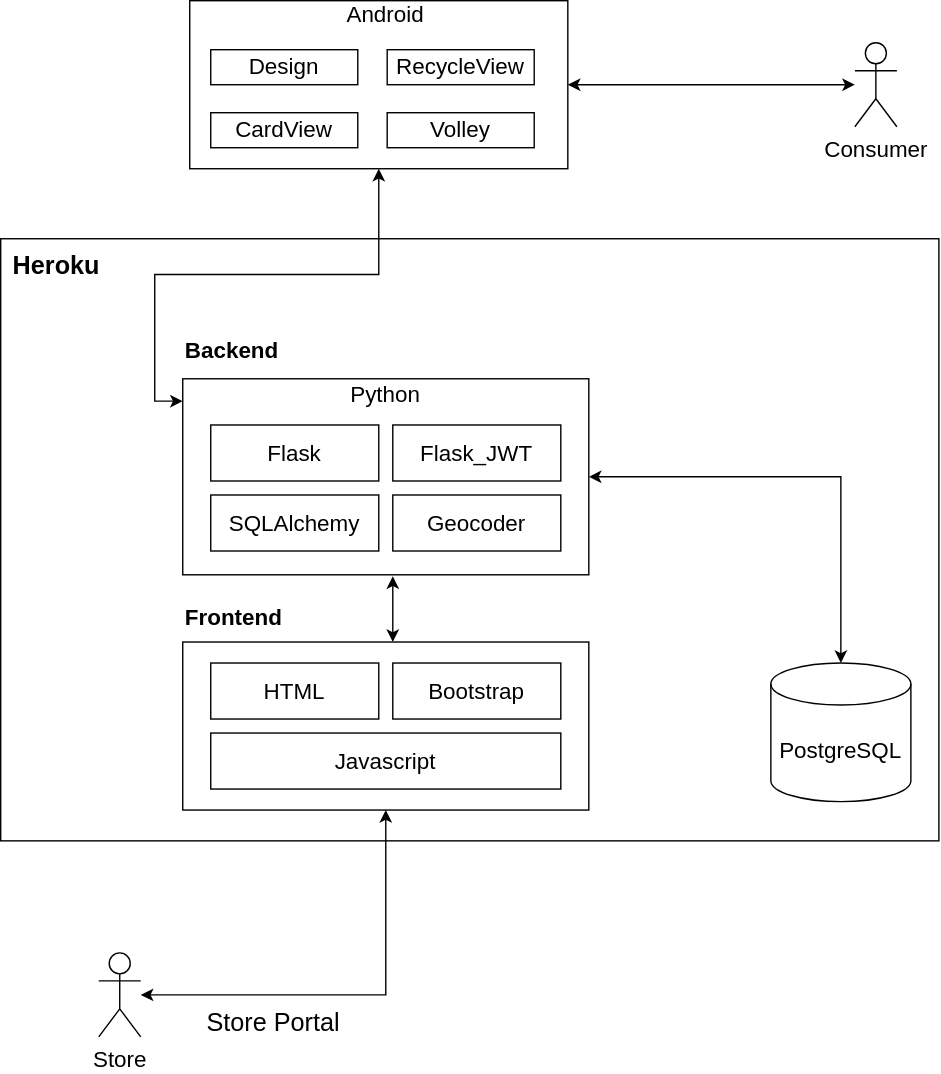
Above: images/conceptual.svg in nadeemhemani/CSC-4350 (draw.io), before the change. Source tidied: cells renumbered, new cells last; positions are measured from the earlier drawing's top-left corner, leaving out a move shared by most shapes. Its diagram source:
```xml
<mxGraphModel>
  <root>
    <mxCell id="0" />
    <mxCell id="1" parent="0" />
    <mxCell id="2" style="rounded=0;whiteSpace=wrap;html=1;fontSize=16;align=center;" parent="1" vertex="1">
      <mxGeometry y="170" width="670" height="430" as="geometry" />
    </mxCell>
    <mxCell id="3" style="edgeStyle=orthogonalEdgeStyle;rounded=0;jettySize=auto;html=1;fontSize=16;startArrow=classic;startFill=1;" parent="1" edge="1" source="4" target="16">
      <mxGeometry relative="1" as="geometry" />
    </mxCell>
    <mxCell id="4" style="rounded=0;whiteSpace=wrap;html=1;labelPosition=center;verticalLabelPosition=middle;align=center;verticalAlign=middle;" parent="1" vertex="1">
      <mxGeometry x="130" y="270" width="290" height="140" as="geometry" />
    </mxCell>
    <mxCell id="5" value="Python" style="text;html=1;strokeColor=none;fillColor=none;align=center;verticalAlign=middle;whiteSpace=wrap;rounded=0;fontSize=16;" parent="1" vertex="1">
      <mxGeometry x="130" y="271" width="290" height="20" as="geometry" />
    </mxCell>
    <mxCell id="6" value="Flask" style="rounded=0;whiteSpace=wrap;html=1;fontSize=16;" parent="1" vertex="1">
      <mxGeometry x="150" y="303" width="120" height="40" as="geometry" />
    </mxCell>
    <mxCell id="7" value="Flask_JWT" style="rounded=0;whiteSpace=wrap;html=1;fontSize=16;" parent="1" vertex="1">
      <mxGeometry x="280" y="303" width="120" height="40" as="geometry" />
    </mxCell>
    <mxCell id="8" value="SQLAlchemy" style="rounded=0;whiteSpace=wrap;html=1;fontSize=16;" parent="1" vertex="1">
      <mxGeometry x="150" y="353" width="120" height="40" as="geometry" />
    </mxCell>
    <mxCell id="9" style="rounded=0;whiteSpace=wrap;html=1;labelPosition=center;verticalLabelPosition=middle;align=center;verticalAlign=middle;" parent="1" vertex="1">
      <mxGeometry x="130" y="458" width="290" height="120" as="geometry" />
    </mxCell>
    <mxCell id="10" value="HTML" style="rounded=0;whiteSpace=wrap;html=1;fontSize=16;" parent="1" vertex="1">
      <mxGeometry x="150" y="473" width="120" height="40" as="geometry" />
    </mxCell>
    <mxCell id="11" value="Bootstrap" style="rounded=0;whiteSpace=wrap;html=1;fontSize=16;" parent="1" vertex="1">
      <mxGeometry x="280" y="473" width="120" height="40" as="geometry" />
    </mxCell>
    <mxCell id="12" value="Javascript" style="rounded=0;whiteSpace=wrap;html=1;fontSize=16;" parent="1" vertex="1">
      <mxGeometry x="150" y="523" width="250" height="40" as="geometry" />
    </mxCell>
    <mxCell id="13" value="Geocoder" style="rounded=0;whiteSpace=wrap;html=1;fontSize=16;" parent="1" vertex="1">
      <mxGeometry x="280" y="353" width="120" height="40" as="geometry" />
    </mxCell>
    <mxCell id="14" value="Backend" style="text;html=1;strokeColor=none;fillColor=none;align=left;verticalAlign=middle;whiteSpace=wrap;rounded=0;fontSize=16;fontStyle=1;" parent="1" vertex="1">
      <mxGeometry x="130" y="240" width="290" height="20" as="geometry" />
    </mxCell>
    <mxCell id="15" value="Frontend" style="text;html=1;strokeColor=none;fillColor=none;align=left;verticalAlign=middle;whiteSpace=wrap;rounded=0;fontSize=16;fontStyle=1;" parent="1" vertex="1">
      <mxGeometry x="130" y="430" width="290" height="20" as="geometry" />
    </mxCell>
    <mxCell id="16" value="PostgreSQL" style="shape=cylinder3;whiteSpace=wrap;html=1;boundedLbl=1;backgroundOutline=1;size=15;fontSize=16;align=center;" parent="1" vertex="1">
      <mxGeometry x="550" y="473" width="100" height="99" as="geometry" />
    </mxCell>
    <mxCell id="17" style="edgeStyle=orthogonalEdgeStyle;rounded=0;jettySize=auto;html=1;startArrow=classic;startFill=1;endArrow=classic;endFill=1;fontSize=18;" parent="1" edge="1" source="18" target="9">
      <mxGeometry relative="1" as="geometry" />
    </mxCell>
    <mxCell id="18" value="Store" style="shape=umlActor;verticalLabelPosition=bottom;verticalAlign=top;html=1;outlineConnect=0;fontSize=16;align=center;" parent="1" vertex="1">
      <mxGeometry x="70" y="680" width="30" height="60" as="geometry" />
    </mxCell>
    <mxCell id="19" style="edgeStyle=orthogonalEdgeStyle;rounded=0;jettySize=auto;html=1;startArrow=classic;startFill=1;endArrow=classic;endFill=1;fontSize=18;" parent="1" edge="1" source="20" target="24">
      <mxGeometry relative="1" as="geometry" />
    </mxCell>
    <mxCell id="20" value="Consumer" style="shape=umlActor;verticalLabelPosition=bottom;verticalAlign=top;html=1;outlineConnect=0;fontSize=16;align=center;" parent="1" vertex="1">
      <mxGeometry x="610" y="30" width="30" height="60" as="geometry" />
    </mxCell>
    <mxCell id="21" value="Heroku" style="text;html=1;strokeColor=none;fillColor=none;align=center;verticalAlign=middle;whiteSpace=wrap;rounded=0;fontSize=18;fontStyle=1;" parent="1" vertex="1">
      <mxGeometry x="20" y="180" width="40" height="20" as="geometry" />
    </mxCell>
    <mxCell id="22" value="Store Portal" style="text;html=1;strokeColor=none;fillColor=none;align=center;verticalAlign=middle;whiteSpace=wrap;rounded=0;fontSize=18;" parent="1" vertex="1">
      <mxGeometry x="140" y="720" width="110" height="20" as="geometry" />
    </mxCell>
    <mxCell id="23" style="edgeStyle=orthogonalEdgeStyle;rounded=0;jettySize=auto;html=1;entryX=0;entryY=0.75;entryDx=0;entryDy=0;startArrow=classic;startFill=1;endArrow=classic;endFill=1;fontSize=18;" parent="1" edge="1" source="24" target="5">
      <mxGeometry relative="1" as="geometry" />
    </mxCell>
    <mxCell id="24" style="rounded=0;whiteSpace=wrap;html=1;fontSize=18;align=center;" parent="1" vertex="1">
      <mxGeometry x="135" width="270" height="120" as="geometry" />
    </mxCell>
    <mxCell id="25" value="Android" style="text;html=1;strokeColor=none;fillColor=none;align=center;verticalAlign=middle;whiteSpace=wrap;rounded=0;fontSize=16;" parent="1" vertex="1">
      <mxGeometry x="135" width="280" height="20" as="geometry" />
    </mxCell>
    <mxCell id="26" value="Design" style="rounded=0;whiteSpace=wrap;html=1;fontSize=16;" parent="1" vertex="1">
      <mxGeometry x="150" y="35" width="105" height="25" as="geometry" />
    </mxCell>
    <mxCell id="27" value="RecycleView" style="rounded=0;whiteSpace=wrap;html=1;fontSize=16;" parent="1" vertex="1">
      <mxGeometry x="276" y="35" width="105" height="25" as="geometry" />
    </mxCell>
    <mxCell id="28" value="CardView" style="rounded=0;whiteSpace=wrap;html=1;fontSize=16;" parent="1" vertex="1">
      <mxGeometry x="150" y="80" width="105" height="25" as="geometry" />
    </mxCell>
    <mxCell id="29" value="Volley" style="rounded=0;whiteSpace=wrap;html=1;fontSize=16;" parent="1" vertex="1">
      <mxGeometry x="276" y="80" width="105" height="25" as="geometry" />
    </mxCell>
    <mxCell id="30" style="endArrow=classic;html=1;fontSize=18;startArrow=classic;startFill=1;endFill=1;" parent="1" edge="1">
      <mxGeometry relative="1" as="geometry">
        <mxPoint x="280" y="458" as="sourcePoint" />
        <mxPoint x="280" y="411" as="targetPoint" />
      </mxGeometry>
    </mxCell>
  </root>
</mxGraphModel>
```
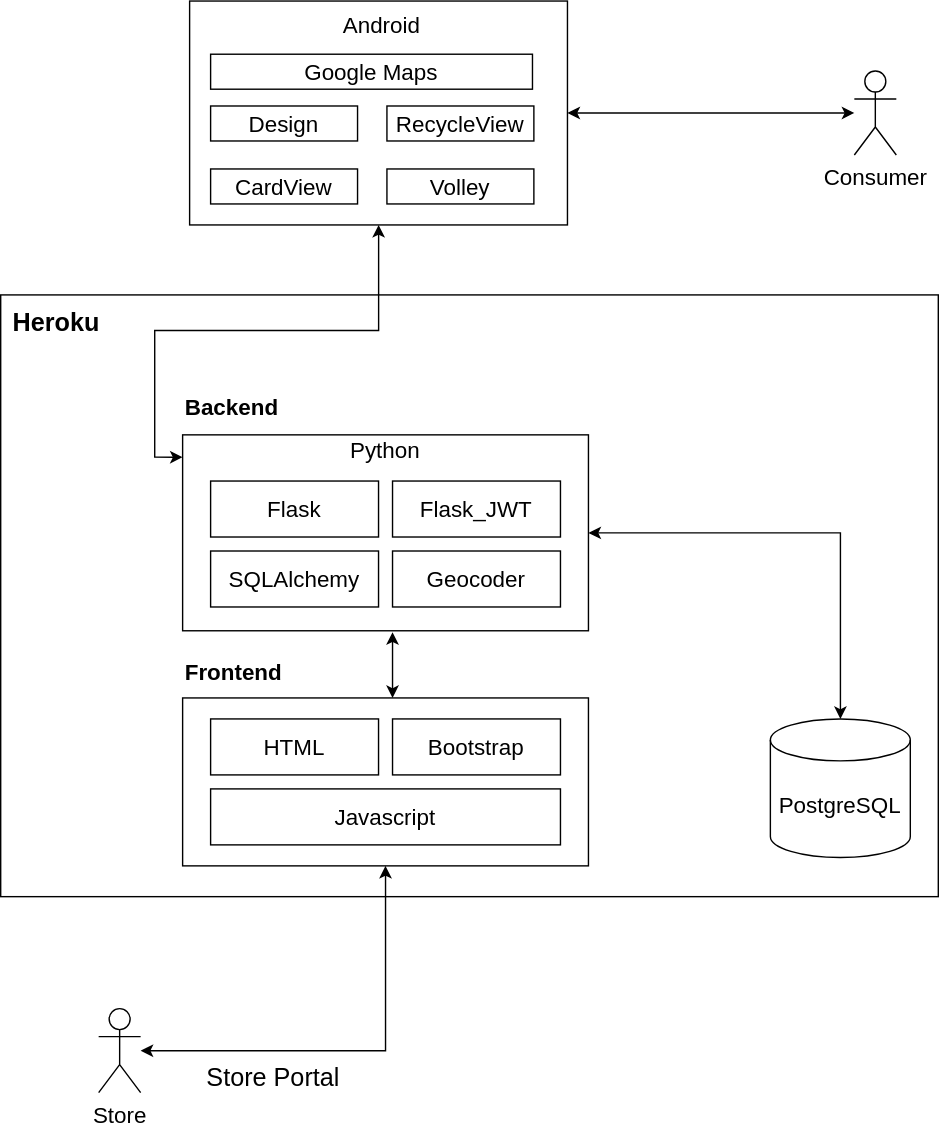
Above is the later version.

Commit message:
conceptual design adjustments

The edit, as a diff of the source:
```diff
@@ -57,7 +57,7 @@
       <mxGeometry relative="1" as="geometry" />
     </mxCell>
     <mxCell id="20" value="Consumer" style="shape=umlActor;verticalLabelPosition=bottom;verticalAlign=top;html=1;outlineConnect=0;fontSize=16;align=center;" parent="1" vertex="1">
-      <mxGeometry x="610" y="30" width="30" height="60" as="geometry" />
+      <mxGeometry x="610" y="10" width="30" height="60" as="geometry" />
     </mxCell>
     <mxCell id="21" value="Heroku" style="text;html=1;strokeColor=none;fillColor=none;align=center;verticalAlign=middle;whiteSpace=wrap;rounded=0;fontSize=18;fontStyle=1;" parent="1" vertex="1">
       <mxGeometry x="20" y="180" width="40" height="20" as="geometry" />
@@ -69,10 +69,10 @@
       <mxGeometry relative="1" as="geometry" />
     </mxCell>
     <mxCell id="24" style="rounded=0;whiteSpace=wrap;html=1;fontSize=18;align=center;" parent="1" vertex="1">
-      <mxGeometry x="135" width="270" height="120" as="geometry" />
+      <mxGeometry x="135" y="-40" width="270" height="160" as="geometry" />
     </mxCell>
     <mxCell id="25" value="Android" style="text;html=1;strokeColor=none;fillColor=none;align=center;verticalAlign=middle;whiteSpace=wrap;rounded=0;fontSize=16;" parent="1" vertex="1">
-      <mxGeometry x="135" width="280" height="20" as="geometry" />
+      <mxGeometry x="135" y="-33" width="275" height="20" as="geometry" />
     </mxCell>
     <mxCell id="26" value="Design" style="rounded=0;whiteSpace=wrap;html=1;fontSize=16;" parent="1" vertex="1">
       <mxGeometry x="150" y="35" width="105" height="25" as="geometry" />
@@ -92,5 +92,8 @@
         <mxPoint x="280" y="411" as="targetPoint" />
       </mxGeometry>
     </mxCell>
+    <mxCell id="31" value="Google Maps" style="rounded=0;whiteSpace=wrap;html=1;fontSize=16;" parent="1" vertex="1">
+      <mxGeometry x="150" y="-2" width="230" height="25" as="geometry" />
+    </mxCell>
   </root>
 </mxGraphModel>
```
